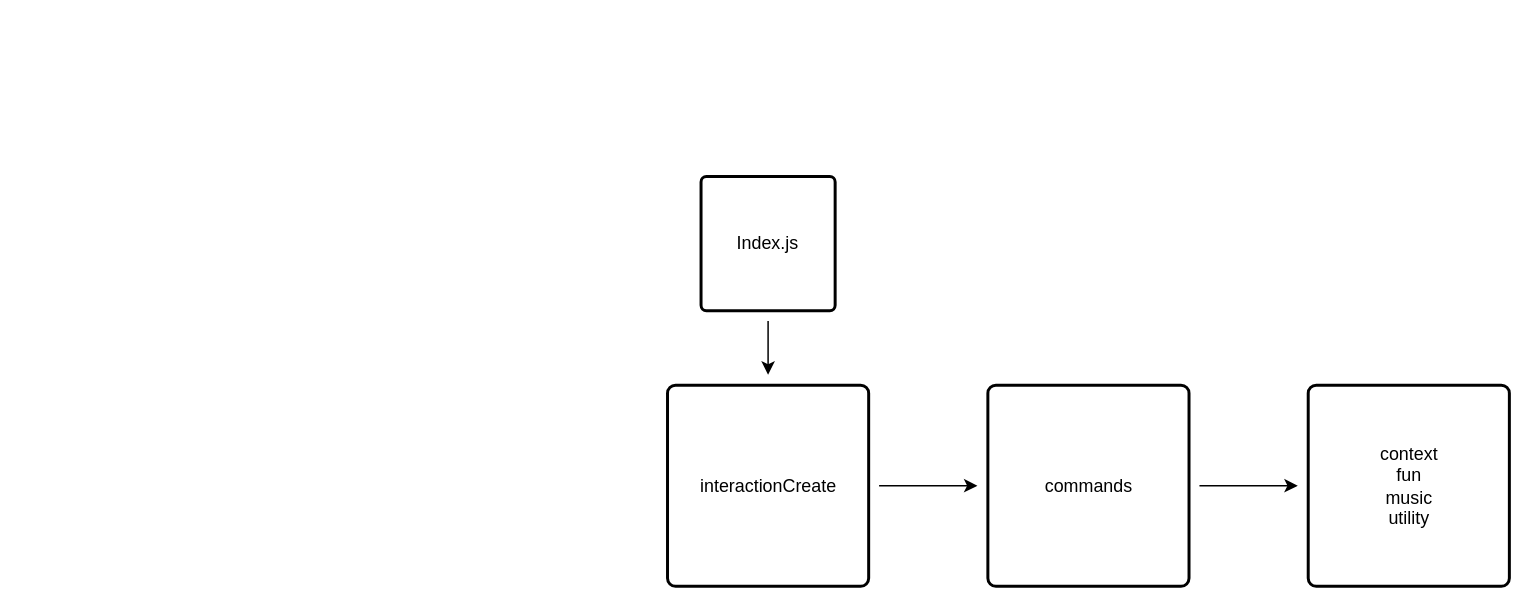
Above: ziji Discord bot.drawio in zijipia/Ziji-bot-discord (draw.io), before the change. Source tidied: cells renumbered, new cells numbered last; positions are measured from the earlier drawing's top-left corner, leaving out a move shared by most shapes. Both pictures are drawn from the tidied source at 149%, with x=0, y=0 at pixel (668, 176).
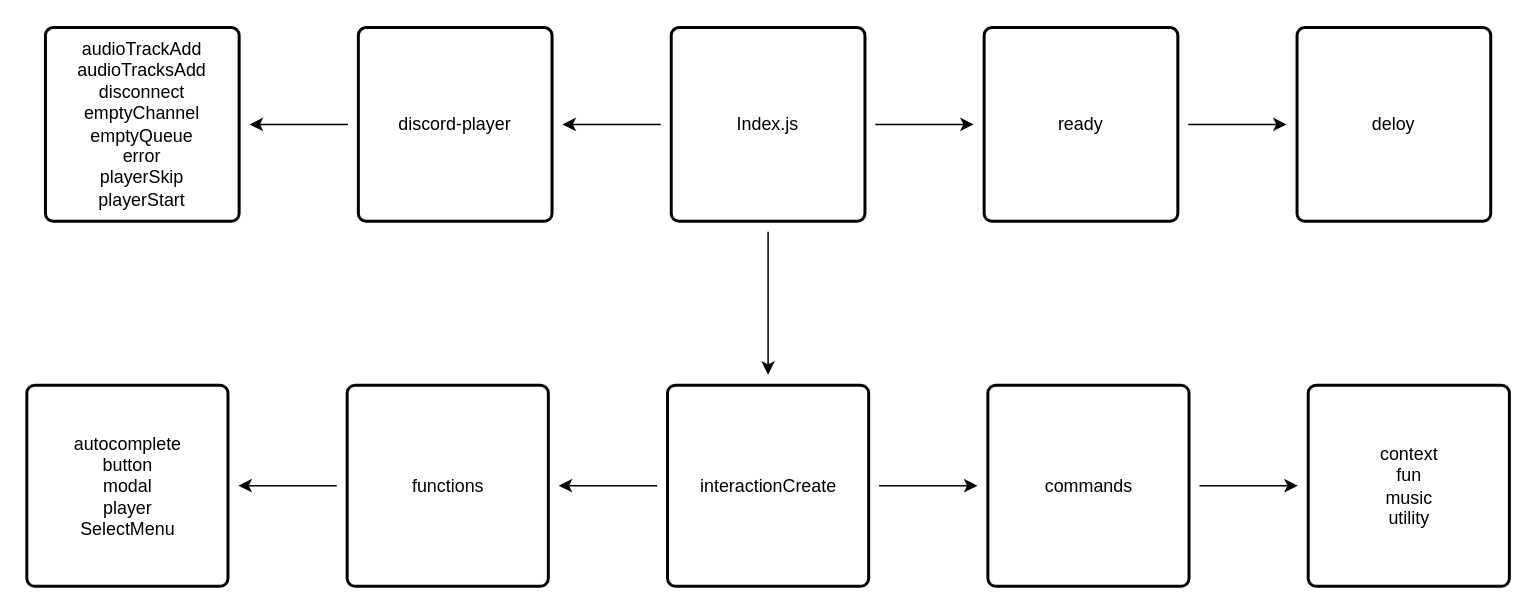
The same diagram, later.

Unchanged cells that the change refers to:
```xml
<mxCell id="5" value="interactionCreate" style="whiteSpace=wrap;html=1;verticalAlign=middle;direction=east;perimeterSpacing=7;strokeWidth=2;rounded=1;arcSize=4;" parent="1" vertex="1">
  <mxGeometry x="-0.5" y="140" width="135" height="135" as="geometry" />
</mxCell>
```

The edit, as a diff of the source:
```diff
@@
+    <mxCell id="9" style="edgeStyle=orthogonalEdgeStyle;rounded=0;jettySize=auto;html=1;" parent="1" edge="1" source="3" target="16">
+      <mxGeometry relative="1" as="geometry" />
+    </mxCell>
+    <mxCell id="10" style="edgeStyle=orthogonalEdgeStyle;rounded=0;jettySize=auto;html=1;" parent="1" edge="1" source="3" target="19">
+      <mxGeometry relative="1" as="geometry" />
+    </mxCell>
     <mxCell id="3" value="Index.js" style="whiteSpace=wrap;html=1;verticalAlign=middle;direction=east;perimeterSpacing=7;strokeWidth=2;rounded=1;arcSize=4;" parent="1" vertex="1">
-      <mxGeometry x="22" width="90" height="90" as="geometry" />
+      <mxGeometry x="2" y="-100" width="130" height="130" as="geometry" />
     </mxCell>
@@
+    <mxCell id="11" style="edgeStyle=orthogonalEdgeStyle;rounded=0;jettySize=auto;html=1;" parent="1" edge="1" source="5" target="13">
+      <mxGeometry relative="1" as="geometry" />
+    </mxCell>
@@
+    <mxCell id="12" style="edgeStyle=orthogonalEdgeStyle;rounded=0;jettySize=auto;html=1;" parent="1" edge="1" source="13" target="14">
+      <mxGeometry relative="1" as="geometry" />
+    </mxCell>
+    <mxCell id="13" value="functions" style="whiteSpace=wrap;html=1;verticalAlign=middle;direction=east;perimeterSpacing=7;strokeWidth=2;rounded=1;arcSize=4;" parent="1" vertex="1">
+      <mxGeometry x="-215.5" y="140" width="135" height="135" as="geometry" />
+    </mxCell>
+    <mxCell id="14" value="autocomplete&lt;div&gt;button&lt;br&gt;&lt;/div&gt;&lt;div&gt;modal&lt;br&gt;&lt;/div&gt;&lt;div&gt;player&lt;br&gt;&lt;/div&gt;&lt;div&gt;SelectMenu&lt;br&gt;&lt;/div&gt;" style="whiteSpace=wrap;html=1;verticalAlign=middle;direction=east;perimeterSpacing=7;strokeWidth=2;rounded=1;arcSize=4;" parent="1" vertex="1">
+      <mxGeometry x="-430.5" y="140" width="135" height="135" as="geometry" />
+    </mxCell>
+    <mxCell id="15" style="edgeStyle=orthogonalEdgeStyle;rounded=0;jettySize=auto;html=1;" parent="1" edge="1" source="16" target="17">
+      <mxGeometry relative="1" as="geometry" />
+    </mxCell>
+    <mxCell id="16" value="ready" style="whiteSpace=wrap;html=1;verticalAlign=middle;direction=east;perimeterSpacing=7;strokeWidth=2;rounded=1;arcSize=4;" parent="1" vertex="1">
+      <mxGeometry x="212" y="-100" width="130" height="130" as="geometry" />
+    </mxCell>
+    <mxCell id="17" value="deloy" style="whiteSpace=wrap;html=1;verticalAlign=middle;direction=east;perimeterSpacing=7;strokeWidth=2;rounded=1;arcSize=4;" parent="1" vertex="1">
+      <mxGeometry x="422" y="-100" width="130" height="130" as="geometry" />
+    </mxCell>
+    <mxCell id="18" style="edgeStyle=orthogonalEdgeStyle;rounded=0;jettySize=auto;html=1;" parent="1" edge="1" source="19" target="20">
+      <mxGeometry relative="1" as="geometry" />
+    </mxCell>
+    <mxCell id="19" value="discord-player" style="whiteSpace=wrap;html=1;verticalAlign=middle;direction=east;perimeterSpacing=7;strokeWidth=2;rounded=1;arcSize=4;" parent="1" vertex="1">
+      <mxGeometry x="-208" y="-100" width="130" height="130" as="geometry" />
+    </mxCell>
+    <mxCell id="20" value="audioTrackAdd&lt;br&gt;audioTracksAdd&lt;br&gt;disconnect&lt;br&gt;emptyChannel&lt;br&gt;emptyQueue&lt;br&gt;error&lt;br&gt;playerSkip&lt;br&gt;playerStart" style="whiteSpace=wrap;html=1;verticalAlign=middle;direction=east;perimeterSpacing=7;strokeWidth=2;rounded=1;arcSize=4;" parent="1" vertex="1">
+      <mxGeometry x="-418" y="-100" width="130" height="130" as="geometry" />
+    </mxCell>
```
